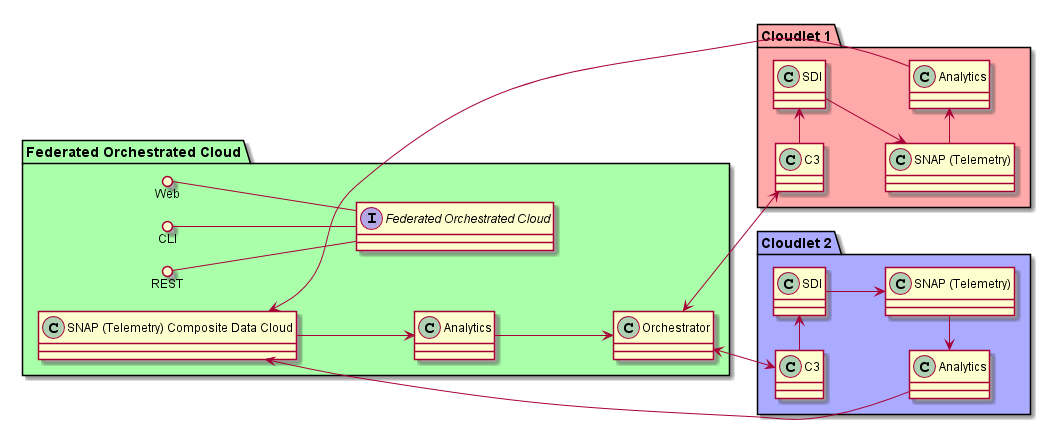
Earlier version of the PlantUML export docs/Solution/Federated-Orchestrated-Cloud/Logical.png (CAADE/CloudLet). Its diagram source:
```plantuml
@startuml

package "Federated Orchestrated Cloud" {
  interface "Federated Orchestrated Cloud" {
  }
CLI ()-- "Federated Orchestrated Cloud"
REST ()-- "Federated Orchestrated Cloud"
Web ()-- "Federated Orchestrated Cloud"

}



left to right direction

package "Cloudlet 1" #ffaaaa {

  class "SNAP (Telemetry)" as STS
  class "Analytics" as AS
  class "C3" as CMPS
  class "SDI" as SDIS
}

package "Federated Orchestrated Cloud" #aaffaa {
class "Orchestrator" as OW
class "SNAP (Telemetry) Composite Data Cloud" as STF
class "Analytics" as FOCA
}

package "Cloudlet 2"  #aaaaff {
  class "SDI" as SDIM
  class "SNAP (Telemetry)" as STM
  class "Analytics" as AM
  class "C3" as CMPM
}
SDIS --> STS
SDIM --> STM
CMPS -> SDIS
CMPM -> SDIM
AS --> STF
STS -> AS
STM -> AM
AM --> STF
STF --> FOCA
FOCA --> OW
OW <--> CMPS
OW <--> CMPM

@enduml
```
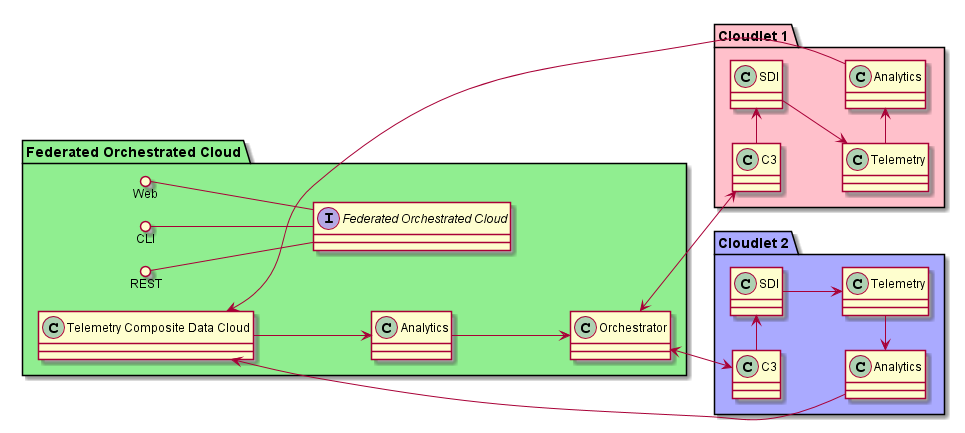
The same diagram one commit later.

Diff of the diagram source:
```diff
@@ -13,23 +13,23 @@
 
 left to right direction
 
-package "Cloudlet 1" #ffaaaa {
+package "Cloudlet 1" #pink {
 
-  class "SNAP (Telemetry)" as STS
+  class "Telemetry" as STS
   class "Analytics" as AS
   class "C3" as CMPS
   class "SDI" as SDIS
 }
 
-package "Federated Orchestrated Cloud" #aaffaa {
+package "Federated Orchestrated Cloud" #lightgreen {
 class "Orchestrator" as OW
-class "SNAP (Telemetry) Composite Data Cloud" as STF
+class "Telemetry Composite Data Cloud" as STF
 class "Analytics" as FOCA
 }
 
 package "Cloudlet 2"  #aaaaff {
   class "SDI" as SDIM
-  class "SNAP (Telemetry)" as STM
+  class "Telemetry" as STM
   class "Analytics" as AM
   class "C3" as CMPM
 }
```
